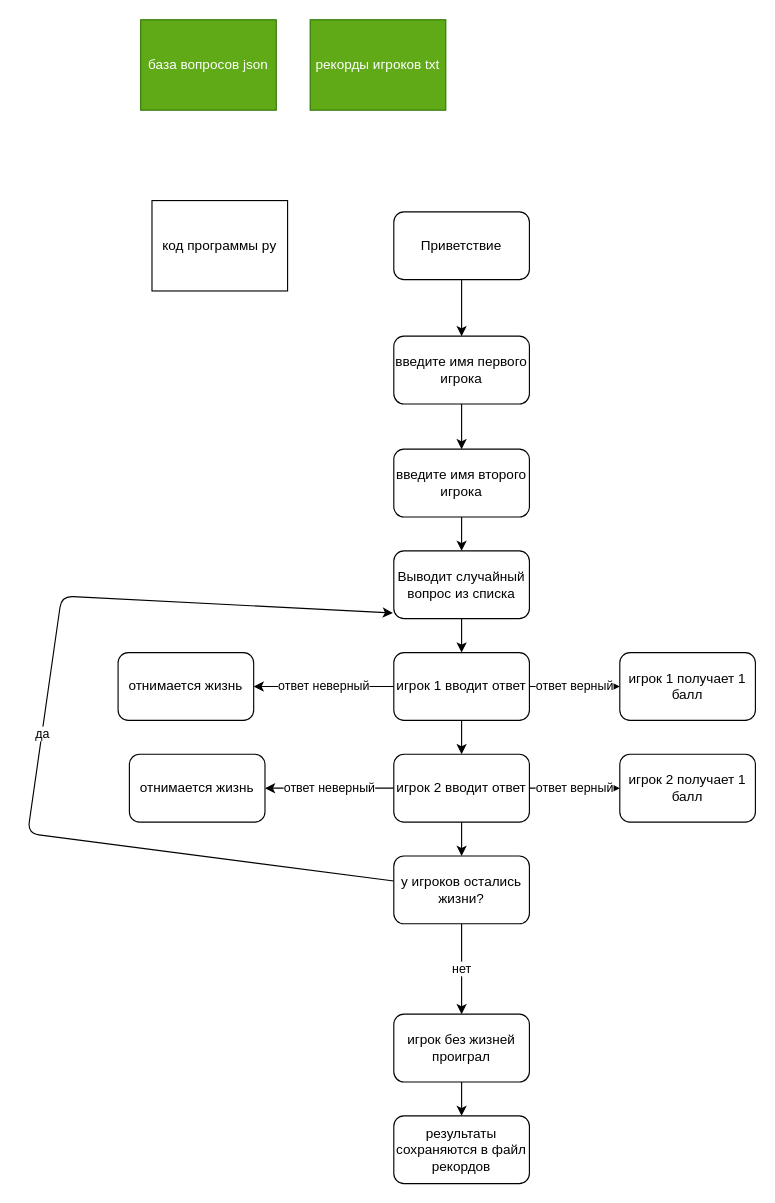
Before: plan.drawio in Kartoved24/victorina, a draw.io diagram. Source tidied: cells renumbered, new cells numbered last; positions are measured from the earlier drawing's top-left corner, leaving out a move shared by most shapes. Both pictures are drawn from the tidied source at 113%, with x=0, y=0 at pixel (27, 19).
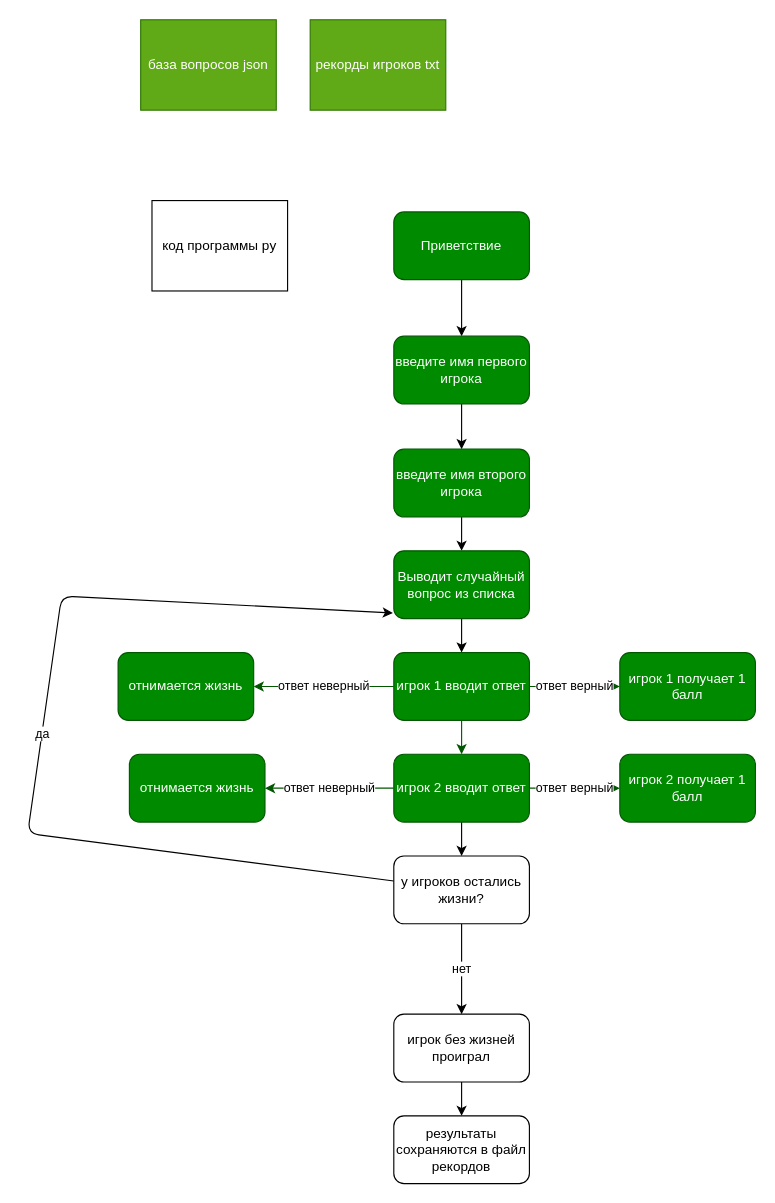
The same page after the edit.

Commit message (it also covers changes not shown here):
Добавили красоты, вывод баллов

What changed in the source:
```diff
@@
-    <mxCell id="6" value="Приветствие" style="rounded=1;whiteSpace=wrap;html=1;" parent="1" vertex="1">
+    <mxCell id="6" value="Приветствие" style="rounded=1;whiteSpace=wrap;html=1;fillColor=#008a00;fontColor=#ffffff;strokeColor=#005700;" parent="1" vertex="1">
       <mxGeometry x="324" y="170" width="120" height="60" as="geometry" />
     </mxCell>
@@
-    <mxCell id="8" value="введите имя первого игрока" style="rounded=1;whiteSpace=wrap;html=1;" parent="1" vertex="1">
+    <mxCell id="8" value="введите имя первого игрока" style="rounded=1;whiteSpace=wrap;html=1;fillColor=#008a00;fontColor=#ffffff;strokeColor=#005700;" parent="1" vertex="1">
       <mxGeometry x="324" y="280" width="120" height="60" as="geometry" />
     </mxCell>
@@
-    <mxCell id="10" value="введите имя второго игрока" style="rounded=1;whiteSpace=wrap;html=1;" parent="1" vertex="1">
+    <mxCell id="10" value="введите имя второго игрока" style="rounded=1;whiteSpace=wrap;html=1;fillColor=#008a00;fontColor=#ffffff;strokeColor=#005700;" parent="1" vertex="1">
       <mxGeometry x="324" y="380" width="120" height="60" as="geometry" />
     </mxCell>
@@
-    <mxCell id="12" value="Выводит случайный вопрос из списка" style="rounded=1;whiteSpace=wrap;html=1;" parent="1" vertex="1">
+    <mxCell id="12" value="Выводит случайный вопрос из списка" style="rounded=1;whiteSpace=wrap;html=1;fillColor=#008a00;fontColor=#ffffff;strokeColor=#005700;" parent="1" vertex="1">
       <mxGeometry x="324" y="470" width="120" height="60" as="geometry" />
     </mxCell>
-    <mxCell id="13" style="edgeStyle=none;html=1;" parent="1" edge="1" source="16" target="20">
+    <mxCell id="13" style="edgeStyle=none;html=1;fillColor=#008a00;strokeColor=#005700;" parent="1" edge="1" source="16" target="20">
       <mxGeometry relative="1" as="geometry" />
     </mxCell>
-    <mxCell id="14" value="ответ верный" style="edgeStyle=none;html=1;" parent="1" edge="1" source="16" target="21">
+    <mxCell id="14" value="ответ верный" style="edgeStyle=none;html=1;fillColor=#008a00;strokeColor=#005700;" parent="1" edge="1" source="16" target="21">
       <mxGeometry relative="1" as="geometry">
         <Array as="points">
           <mxPoint x="480" y="590" />
         </Array>
       </mxGeometry>
     </mxCell>
-    <mxCell id="15" value="ответ неверный" style="edgeStyle=none;html=1;" parent="1" edge="1" source="16" target="23">
+    <mxCell id="15" value="ответ неверный" style="edgeStyle=none;html=1;fillColor=#008a00;strokeColor=#005700;" parent="1" edge="1" source="16" target="23">
       <mxGeometry relative="1" as="geometry" />
     </mxCell>
-    <mxCell id="16" value="игрок 1 вводит ответ" style="rounded=1;whiteSpace=wrap;html=1;" parent="1" vertex="1">
+    <mxCell id="16" value="игрок 1 вводит ответ" style="rounded=1;whiteSpace=wrap;html=1;fillColor=#008a00;fontColor=#ffffff;strokeColor=#005700;" parent="1" vertex="1">
       <mxGeometry x="324" y="560" width="120" height="60" as="geometry" />
     </mxCell>
-    <mxCell id="17" value="ответ верный" style="edgeStyle=none;html=1;" parent="1" edge="1" source="20" target="22">
+    <mxCell id="17" value="ответ верный" style="edgeStyle=none;html=1;fillColor=#008a00;strokeColor=#005700;" parent="1" edge="1" source="20" target="22">
       <mxGeometry relative="1" as="geometry" />
     </mxCell>
-    <mxCell id="18" value="ответ неверный" style="edgeStyle=none;html=1;" parent="1" edge="1" source="20" target="24">
+    <mxCell id="18" value="ответ неверный" style="edgeStyle=none;html=1;fillColor=#008a00;strokeColor=#005700;" parent="1" edge="1" source="20" target="24">
       <mxGeometry relative="1" as="geometry" />
     </mxCell>
@@
-    <mxCell id="20" value="игрок 2 вводит ответ" style="rounded=1;whiteSpace=wrap;html=1;" parent="1" vertex="1">
+    <mxCell id="20" value="игрок 2 вводит ответ" style="rounded=1;whiteSpace=wrap;html=1;fillColor=#008a00;fontColor=#ffffff;strokeColor=#005700;" parent="1" vertex="1">
       <mxGeometry x="324" y="650" width="120" height="60" as="geometry" />
     </mxCell>
-    <mxCell id="21" value="игрок 1 получает 1 балл" style="whiteSpace=wrap;html=1;rounded=1;" parent="1" vertex="1">
+    <mxCell id="21" value="игрок 1 получает 1 балл" style="whiteSpace=wrap;html=1;rounded=1;fillColor=#008a00;fontColor=#ffffff;strokeColor=#005700;" parent="1" vertex="1">
       <mxGeometry x="524" y="560" width="120" height="60" as="geometry" />
     </mxCell>
-    <mxCell id="22" value="игрок 2 получает 1 балл" style="whiteSpace=wrap;html=1;rounded=1;" parent="1" vertex="1">
+    <mxCell id="22" value="игрок 2 получает 1 балл" style="whiteSpace=wrap;html=1;rounded=1;fillColor=#008a00;fontColor=#ffffff;strokeColor=#005700;" parent="1" vertex="1">
       <mxGeometry x="524" y="650" width="120" height="60" as="geometry" />
     </mxCell>
-    <mxCell id="23" value="отнимается жизнь" style="rounded=1;whiteSpace=wrap;html=1;" parent="1" vertex="1">
+    <mxCell id="23" value="отнимается жизнь" style="rounded=1;whiteSpace=wrap;html=1;fillColor=#008a00;fontColor=#ffffff;strokeColor=#005700;" parent="1" vertex="1">
       <mxGeometry x="80" y="560" width="120" height="60" as="geometry" />
     </mxCell>
-    <mxCell id="24" value="отнимается жизнь" style="whiteSpace=wrap;html=1;rounded=1;" parent="1" vertex="1">
+    <mxCell id="24" value="отнимается жизнь" style="whiteSpace=wrap;html=1;rounded=1;fillColor=#008a00;fontColor=#ffffff;strokeColor=#005700;" parent="1" vertex="1">
       <mxGeometry x="90" y="650" width="120" height="60" as="geometry" />
     </mxCell>
```
